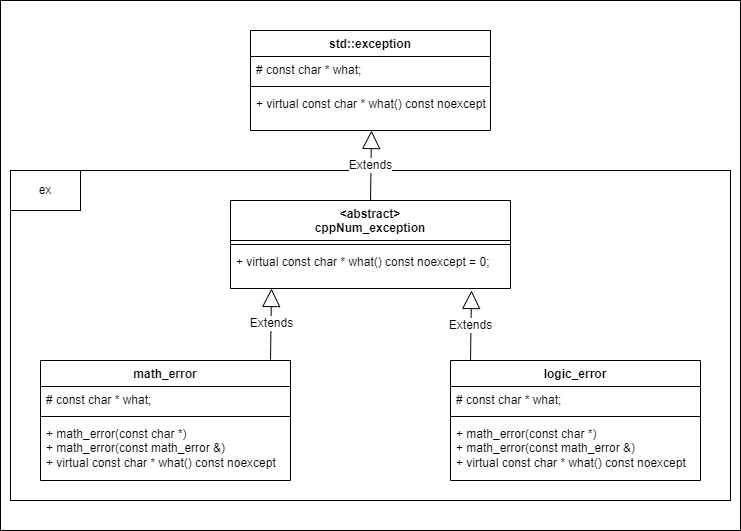
This is talk/figures/class_diagramm.png from ArseniyKholod/stce_ss24_ex12, a draw.io export, as it was before one commit. Source tidied: cells renumbered, new cells last; positions are measured from the earlier drawing's top-left corner, leaving out a move shared by most shapes.
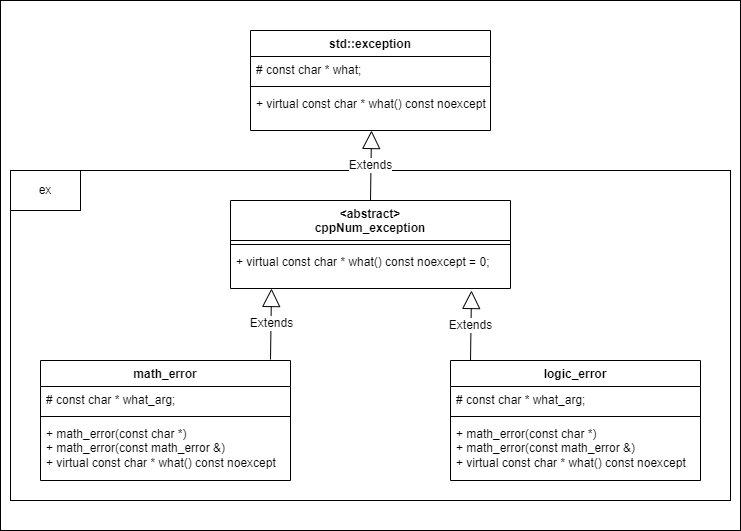
After the commit.

Commit message:
change class diagramm

Diff of the diagram source:
```diff
@@ -20,7 +20,7 @@
     <mxCell id="7" value="math_error" style="swimlane;fontStyle=1;align=center;verticalAlign=top;horizontal=1;startSize=26;whiteSpace=wrap;html=1;fontSize=12;" parent="1" vertex="1">
       <mxGeometry x="40" y="360" width="250" height="120" as="geometry" />
     </mxCell>
-    <mxCell id="8" value="# const char * what;" style="text;strokeColor=none;fillColor=none;align=left;verticalAlign=top;spacingLeft=4;spacingRight=4;overflow=hidden;whiteSpace=wrap;html=1;fontSize=12;" parent="7" vertex="1">
+    <mxCell id="8" value="# const char * what_arg;" style="text;strokeColor=none;fillColor=none;align=left;verticalAlign=top;spacingLeft=4;spacingRight=4;overflow=hidden;whiteSpace=wrap;html=1;fontSize=12;" parent="7" vertex="1">
       <mxGeometry y="26" width="250" height="26" as="geometry" />
     </mxCell>
     <mxCell id="9" style="line;strokeWidth=1;fillColor=none;align=left;verticalAlign=middle;spacingTop=-1;spacingLeft=3;spacingRight=3;labelPosition=right;strokeColor=inherit;fontSize=12;" parent="7" vertex="1">
@@ -32,7 +32,7 @@
     <mxCell id="11" value="logic_error" style="swimlane;fontStyle=1;align=center;verticalAlign=top;horizontal=1;startSize=26;whiteSpace=wrap;html=1;fontSize=12;" parent="1" vertex="1">
       <mxGeometry x="450" y="360" width="250" height="120" as="geometry" />
     </mxCell>
-    <mxCell id="12" value="# const char * what;" style="text;strokeColor=none;fillColor=none;align=left;verticalAlign=top;spacingLeft=4;spacingRight=4;overflow=hidden;whiteSpace=wrap;html=1;fontSize=12;" parent="11" vertex="1">
+    <mxCell id="12" value="# const char * what_arg;" style="text;strokeColor=none;fillColor=none;align=left;verticalAlign=top;spacingLeft=4;spacingRight=4;overflow=hidden;whiteSpace=wrap;html=1;fontSize=12;" parent="11" vertex="1">
       <mxGeometry y="26" width="250" height="26" as="geometry" />
     </mxCell>
     <mxCell id="13" style="line;strokeWidth=1;fillColor=none;align=left;verticalAlign=middle;spacingTop=-1;spacingLeft=3;spacingRight=3;labelPosition=right;strokeColor=inherit;fontSize=12;" parent="11" vertex="1">
```
